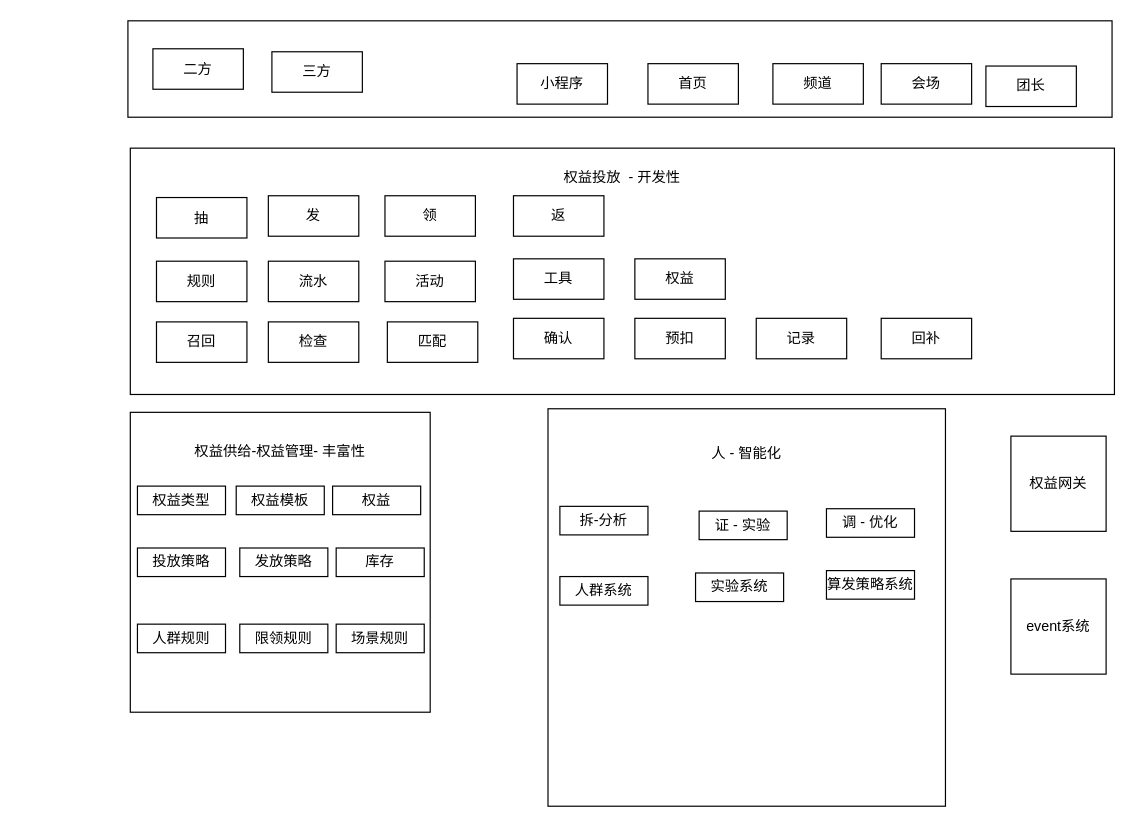
This is study.drawio from xzl1428288773/xiaoshuai, a draw.io file, before an edit. Source tidied: cells renumbered, new cells numbered last; positions are measured from the earlier drawing's top-left corner, leaving out a move shared by most shapes. Both pictures are drawn from the tidied source at 119%, with x=0, y=0 at pixel (127, 20).
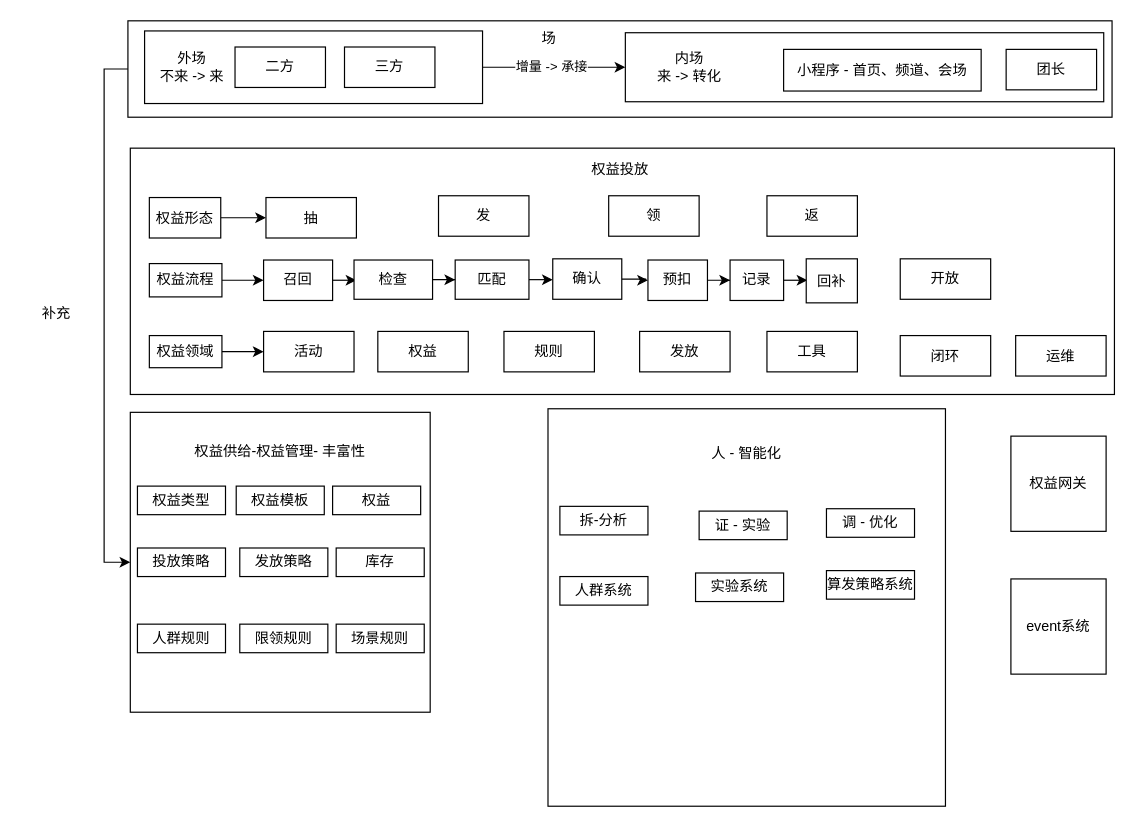
The same page after the edit.

The change refers to these unchanged cells:
```xml
<mxCell id="2" value="权益供给-权益管理- 丰富性&lt;br&gt;&lt;br&gt;&lt;br&gt;&lt;br&gt;&lt;br&gt;&lt;br&gt;&lt;br&gt;&lt;br&gt;&lt;br&gt;&lt;br&gt;&lt;br&gt;&lt;br&gt;&lt;br&gt;&amp;nbsp;" style="whiteSpace=wrap;html=1;" parent="1" vertex="1">
  <mxGeometry x="2" y="329" width="252" height="252" as="geometry" />
</mxCell>
<mxCell id="4" style="rounded=0;whiteSpace=wrap;html=1;" parent="1" vertex="1">
  <mxGeometry width="827" height="81" as="geometry" />
</mxCell>
```

Diff of the diagram source:
```diff
@@
-    <mxCell id="3" value="权益投放&amp;nbsp; - 开发性&lt;br&gt;&lt;br&gt;&lt;br&gt;&lt;br&gt;&lt;br&gt;&lt;br&gt;&lt;br&gt;&lt;br&gt;&lt;br&gt;&lt;br&gt;&lt;br&gt;&lt;br&gt;" style="rounded=0;whiteSpace=wrap;html=1;" parent="1" vertex="1">
+    <mxCell id="3" value="权益投放&amp;nbsp;&lt;br&gt;&lt;br&gt;&lt;br&gt;&lt;br&gt;&lt;br&gt;&lt;br&gt;&lt;br&gt;&lt;br&gt;&lt;br&gt;&lt;br&gt;&lt;br&gt;&lt;br&gt;&lt;br&gt;" style="rounded=0;whiteSpace=wrap;html=1;" parent="1" vertex="1">
       <mxGeometry x="2" y="107" width="827" height="207" as="geometry" />
     </mxCell>
+    <mxCell id="46" style="edgeStyle=orthogonalEdgeStyle;rounded=0;jettySize=auto;html=1;entryX=0;entryY=0.5;entryDx=0;entryDy=0;" parent="1" edge="1" source="4" target="2">
+      <mxGeometry relative="1" as="geometry">
+        <Array as="points">
+          <mxPoint x="-20" y="41" />
+          <mxPoint x="-20" y="455" />
+        </Array>
+      </mxGeometry>
+    </mxCell>
@@
-    <mxCell id="22" value="抽" style="rounded=0;whiteSpace=wrap;html=1;" parent="1" vertex="1">
-      <mxGeometry x="24" y="148.5" width="76" height="34" as="geometry" />
-    </mxCell>
-    <mxCell id="23" value="发" style="rounded=0;whiteSpace=wrap;html=1;" parent="1" vertex="1">
-      <mxGeometry x="118" y="147" width="76" height="34" as="geometry" />
-    </mxCell>
-    <mxCell id="24" value="领" style="rounded=0;whiteSpace=wrap;html=1;" parent="1" vertex="1">
-      <mxGeometry x="216" y="147" width="76" height="34" as="geometry" />
-    </mxCell>
-    <mxCell id="25" value="返" style="rounded=0;whiteSpace=wrap;html=1;" parent="1" vertex="1">
-      <mxGeometry x="324" y="147" width="76" height="34" as="geometry" />
-    </mxCell>
+    <mxCell id="42" value="event系统" style="whiteSpace=wrap;html=1;" parent="1" vertex="1">
+      <mxGeometry x="742" y="469" width="80" height="80" as="geometry" />
+    </mxCell>
+    <mxCell id="47" style="edgeStyle=orthogonalEdgeStyle;rounded=0;jettySize=auto;html=1;entryX=0;entryY=0.5;entryDx=0;entryDy=0;" parent="1" edge="1" source="49" target="51">
+      <mxGeometry relative="1" as="geometry" />
+    </mxCell>
+    <mxCell id="48" value="增量 -&amp;gt; 承接" style="edgeLabel;html=1;align=center;verticalAlign=middle;" parent="47" vertex="1">
+      <mxGeometry x="-0.05" y="1" relative="1" as="geometry" />
+    </mxCell>
+    <mxCell id="49" style="rounded=0;whiteSpace=wrap;html=1;" parent="1" vertex="1">
+      <mxGeometry x="14" y="8.5" width="284" height="61" as="geometry" />
+    </mxCell>
+    <mxCell id="39" value="三方" style="rounded=0;whiteSpace=wrap;html=1;" parent="1" vertex="1">
+      <mxGeometry x="182" y="22" width="76" height="34" as="geometry" />
+    </mxCell>
+    <mxCell id="38" value="二方" style="rounded=0;whiteSpace=wrap;html=1;" parent="1" vertex="1">
+      <mxGeometry x="90" y="22" width="76" height="34" as="geometry" />
+    </mxCell>
+    <mxCell id="50" value="外场&lt;br&gt;不来 -&amp;gt; 来" style="text;html=1;strokeColor=none;fillColor=none;align=center;verticalAlign=middle;whiteSpace=wrap;rounded=0;" parent="1" vertex="1">
+      <mxGeometry x="24" y="24" width="60" height="30" as="geometry" />
+    </mxCell>
+    <mxCell id="51" style="rounded=0;whiteSpace=wrap;html=1;" parent="1" vertex="1">
+      <mxGeometry x="418" y="10" width="402" height="58" as="geometry" />
+    </mxCell>
+    <mxCell id="40" value="小程序 - 首页、频道、会场" style="rounded=0;whiteSpace=wrap;html=1;" parent="1" vertex="1">
+      <mxGeometry x="551" y="24" width="166" height="35" as="geometry" />
+    </mxCell>
+    <mxCell id="45" value="团长" style="rounded=0;whiteSpace=wrap;html=1;" parent="1" vertex="1">
+      <mxGeometry x="738" y="24" width="76" height="34" as="geometry" />
+    </mxCell>
+    <mxCell id="52" value="内场&lt;br&gt;来 -&amp;gt; 转化" style="text;html=1;strokeColor=none;fillColor=none;align=center;verticalAlign=middle;whiteSpace=wrap;rounded=0;" parent="1" vertex="1">
+      <mxGeometry x="442" y="24" width="60" height="30" as="geometry" />
+    </mxCell>
+    <mxCell id="53" value="场" style="text;html=1;strokeColor=none;fillColor=none;align=center;verticalAlign=middle;whiteSpace=wrap;rounded=0;" parent="1" vertex="1">
+      <mxGeometry x="324" width="60" height="30" as="geometry" />
+    </mxCell>
+    <mxCell id="54" value="开放" style="rounded=0;whiteSpace=wrap;html=1;" parent="1" vertex="1">
+      <mxGeometry x="649" y="200" width="76" height="34" as="geometry" />
+    </mxCell>
+    <mxCell id="55" value="闭环" style="rounded=0;whiteSpace=wrap;html=1;" parent="1" vertex="1">
+      <mxGeometry x="649" y="264.5" width="76" height="34" as="geometry" />
+    </mxCell>
+    <mxCell id="56" value="运维" style="rounded=0;whiteSpace=wrap;html=1;" parent="1" vertex="1">
+      <mxGeometry x="746" y="264.5" width="76" height="34" as="geometry" />
+    </mxCell>
     <mxCell id="26" value="规则" style="rounded=0;whiteSpace=wrap;html=1;" parent="1" vertex="1">
-      <mxGeometry x="24" y="202" width="76" height="34" as="geometry" />
+      <mxGeometry x="316" y="261" width="76" height="34" as="geometry" />
     </mxCell>
-    <mxCell id="27" value="流水" style="rounded=0;whiteSpace=wrap;html=1;" parent="1" vertex="1">
-      <mxGeometry x="118" y="202" width="76" height="34" as="geometry" />
+    <mxCell id="27" value="发放" style="rounded=0;whiteSpace=wrap;html=1;" parent="1" vertex="1">
+      <mxGeometry x="430" y="261" width="76" height="34" as="geometry" />
     </mxCell>
     <mxCell id="28" value="活动" style="rounded=0;whiteSpace=wrap;html=1;" parent="1" vertex="1">
-      <mxGeometry x="216" y="202" width="76" height="34" as="geometry" />
+      <mxGeometry x="114" y="261" width="76" height="34" as="geometry" />
     </mxCell>
     <mxCell id="29" value="工具" style="rounded=0;whiteSpace=wrap;html=1;" parent="1" vertex="1">
-      <mxGeometry x="324" y="200" width="76" height="34" as="geometry" />
+      <mxGeometry x="537" y="261" width="76" height="34" as="geometry" />
     </mxCell>
     <mxCell id="30" value="权益" style="rounded=0;whiteSpace=wrap;html=1;" parent="1" vertex="1">
-      <mxGeometry x="426" y="200" width="76" height="34" as="geometry" />
+      <mxGeometry x="210" y="261" width="76" height="34" as="geometry" />
     </mxCell>
+    <mxCell id="57" style="edgeStyle=orthogonalEdgeStyle;rounded=0;jettySize=auto;html=1;" parent="1" edge="1" source="58" target="28">
+      <mxGeometry relative="1" as="geometry" />
+    </mxCell>
+    <mxCell id="58" value="权益领域" style="rounded=0;whiteSpace=wrap;html=1;" parent="1" vertex="1">
+      <mxGeometry x="18" y="264.5" width="61" height="27" as="geometry" />
+    </mxCell>
+    <mxCell id="59" style="edgeStyle=orthogonalEdgeStyle;rounded=0;jettySize=auto;html=1;" parent="1" edge="1" source="31" target="32">
+      <mxGeometry relative="1" as="geometry" />
+    </mxCell>
     <mxCell id="31" value="召回" style="rounded=0;whiteSpace=wrap;html=1;" parent="1" vertex="1">
-      <mxGeometry x="24" y="253" width="76" height="34" as="geometry" />
+      <mxGeometry x="114" y="201" width="58" height="34" as="geometry" />
     </mxCell>
+    <mxCell id="60" style="edgeStyle=orthogonalEdgeStyle;rounded=0;jettySize=auto;html=1;" parent="1" edge="1" source="32" target="33">
+      <mxGeometry relative="1" as="geometry" />
+    </mxCell>
     <mxCell id="32" value="检查" style="rounded=0;whiteSpace=wrap;html=1;" parent="1" vertex="1">
-      <mxGeometry x="118" y="253" width="76" height="34" as="geometry" />
+      <mxGeometry x="190" y="201" width="66" height="33" as="geometry" />
     </mxCell>
+    <mxCell id="61" style="edgeStyle=orthogonalEdgeStyle;rounded=0;jettySize=auto;html=1;" parent="1" edge="1" source="33" target="34">
+      <mxGeometry relative="1" as="geometry" />
+    </mxCell>
     <mxCell id="33" value="匹配" style="rounded=0;whiteSpace=wrap;html=1;" parent="1" vertex="1">
-      <mxGeometry x="218" y="253" width="76" height="34" as="geometry" />
+      <mxGeometry x="275" y="201" width="62" height="33" as="geometry" />
     </mxCell>
+    <mxCell id="62" style="edgeStyle=orthogonalEdgeStyle;rounded=0;jettySize=auto;html=1;" parent="1" edge="1" source="34" target="35">
+      <mxGeometry relative="1" as="geometry" />
+    </mxCell>
     <mxCell id="34" value="确认" style="rounded=0;whiteSpace=wrap;html=1;" parent="1" vertex="1">
-      <mxGeometry x="324" y="250" width="76" height="34" as="geometry" />
+      <mxGeometry x="357" y="200" width="58" height="34" as="geometry" />
     </mxCell>
+    <mxCell id="63" style="edgeStyle=orthogonalEdgeStyle;rounded=0;jettySize=auto;html=1;" parent="1" edge="1" source="35" target="36">
+      <mxGeometry relative="1" as="geometry" />
+    </mxCell>
     <mxCell id="35" value="预扣" style="rounded=0;whiteSpace=wrap;html=1;" parent="1" vertex="1">
-      <mxGeometry x="426" y="250" width="76" height="34" as="geometry" />
+      <mxGeometry x="437" y="201" width="50" height="34" as="geometry" />
     </mxCell>
+    <mxCell id="64" style="edgeStyle=orthogonalEdgeStyle;rounded=0;jettySize=auto;html=1;" parent="1" edge="1" source="36" target="37">
+      <mxGeometry relative="1" as="geometry" />
+    </mxCell>
     <mxCell id="36" value="记录" style="rounded=0;whiteSpace=wrap;html=1;" parent="1" vertex="1">
-      <mxGeometry x="528" y="250" width="76" height="34" as="geometry" />
+      <mxGeometry x="506" y="201" width="45" height="34" as="geometry" />
     </mxCell>
     <mxCell id="37" value="回补" style="rounded=0;whiteSpace=wrap;html=1;" parent="1" vertex="1">
-      <mxGeometry x="633" y="250" width="76" height="34" as="geometry" />
+      <mxGeometry x="570" y="200" width="43" height="37" as="geometry" />
     </mxCell>
-    <mxCell id="38" value="二方" style="rounded=0;whiteSpace=wrap;html=1;" parent="1" vertex="1">
-      <mxGeometry x="21" y="23.5" width="76" height="34" as="geometry" />
-    </mxCell>
-    <mxCell id="39" value="三方" style="rounded=0;whiteSpace=wrap;html=1;" parent="1" vertex="1">
-      <mxGeometry x="121" y="26" width="76" height="34" as="geometry" />
-    </mxCell>
-    <mxCell id="40" value="小程序" style="rounded=0;whiteSpace=wrap;html=1;" parent="1" vertex="1">
-      <mxGeometry x="327" y="36" width="76" height="34" as="geometry" />
-    </mxCell>
-    <mxCell id="41" value="首页" style="rounded=0;whiteSpace=wrap;html=1;" parent="1" vertex="1">
-      <mxGeometry x="437" y="36" width="76" height="34" as="geometry" />
-    </mxCell>
-    <mxCell id="42" value="event系统" style="whiteSpace=wrap;html=1;" parent="1" vertex="1">
-      <mxGeometry x="742" y="469" width="80" height="80" as="geometry" />
-    </mxCell>
-    <mxCell id="43" value="频道" style="rounded=0;whiteSpace=wrap;html=1;" parent="1" vertex="1">
-      <mxGeometry x="542" y="36" width="76" height="34" as="geometry" />
-    </mxCell>
-    <mxCell id="44" value="会场" style="rounded=0;whiteSpace=wrap;html=1;" parent="1" vertex="1">
-      <mxGeometry x="633" y="36" width="76" height="34" as="geometry" />
-    </mxCell>
-    <mxCell id="45" value="团长" style="rounded=0;whiteSpace=wrap;html=1;" parent="1" vertex="1">
-      <mxGeometry x="721" y="38" width="76" height="34" as="geometry" />
-    </mxCell>
+    <mxCell id="65" value="补充" style="text;html=1;strokeColor=none;fillColor=none;align=center;verticalAlign=middle;whiteSpace=wrap;rounded=0;" parent="1" vertex="1">
+      <mxGeometry x="-90" y="231" width="60" height="30" as="geometry" />
+    </mxCell>
+    <mxCell id="66" style="edgeStyle=orthogonalEdgeStyle;rounded=0;jettySize=auto;html=1;" parent="1" edge="1" source="67" target="31">
+      <mxGeometry relative="1" as="geometry" />
+    </mxCell>
+    <mxCell id="67" value="权益流程" style="rounded=0;whiteSpace=wrap;html=1;" parent="1" vertex="1">
+      <mxGeometry x="18" y="204" width="61" height="28" as="geometry" />
+    </mxCell>
+    <mxCell id="68" style="edgeStyle=orthogonalEdgeStyle;rounded=0;orthogonalLoop=1;jettySize=auto;html=1;exitX=0.5;exitY=1;exitDx=0;exitDy=0;" parent="1" edge="1" source="35" target="35">
+      <mxGeometry relative="1" as="geometry" />
+    </mxCell>
+    <mxCell id="22" value="抽" style="rounded=0;whiteSpace=wrap;html=1;" parent="1" vertex="1">
+      <mxGeometry x="116" y="148.5" width="76" height="34" as="geometry" />
+    </mxCell>
+    <mxCell id="23" value="发" style="rounded=0;whiteSpace=wrap;html=1;" parent="1" vertex="1">
+      <mxGeometry x="261" y="147" width="76" height="34" as="geometry" />
+    </mxCell>
+    <mxCell id="24" value="领" style="rounded=0;whiteSpace=wrap;html=1;" parent="1" vertex="1">
+      <mxGeometry x="404" y="147" width="76" height="34" as="geometry" />
+    </mxCell>
+    <mxCell id="25" value="返" style="rounded=0;whiteSpace=wrap;html=1;" parent="1" vertex="1">
+      <mxGeometry x="537" y="147" width="76" height="34" as="geometry" />
+    </mxCell>
+    <mxCell id="69" style="edgeStyle=orthogonalEdgeStyle;rounded=0;jettySize=auto;html=1;" parent="1" edge="1" source="70" target="22">
+      <mxGeometry relative="1" as="geometry" />
+    </mxCell>
+    <mxCell id="70" value="权益形态" style="rounded=0;whiteSpace=wrap;html=1;" parent="1" vertex="1">
+      <mxGeometry x="18" y="148.5" width="60" height="34" as="geometry" />
+    </mxCell>
+    <mxCell id="71" style="edgeStyle=orthogonalEdgeStyle;rounded=0;orthogonalLoop=1;jettySize=auto;html=1;exitX=0.5;exitY=1;exitDx=0;exitDy=0;" parent="1" edge="1" source="22" target="22">
+      <mxGeometry relative="1" as="geometry" />
+    </mxCell>
```
